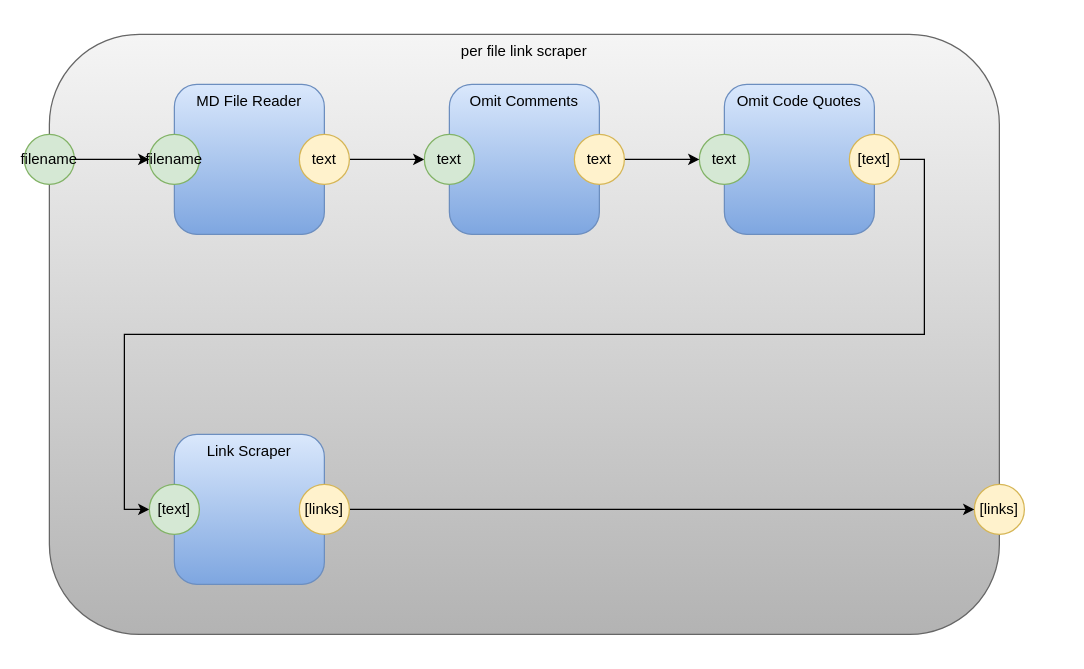
Earlier version of the draw.io diagram page "Per File Link Scraper" (5 of 5) of pm.drawio (guitarvydas/pypm). Source tidied: cells renumbered, new cells numbered last; positions are measured from the earlier drawing's top-left corner, leaving out a move shared by most shapes. Both pictures are drawn from the tidied source at 125%, with x=0, y=0 at pixel (24, 34).
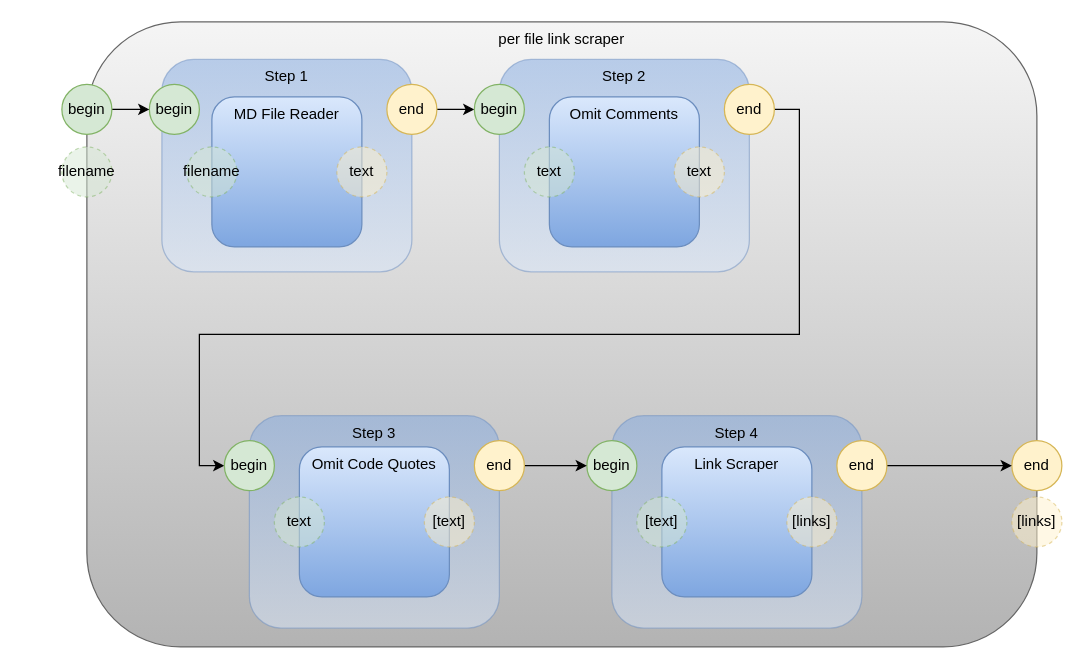
The same page after the edit.

Change to the diagram source:
```diff
@@
-    <mxCell id="0" />
-    <mxCell id="1" parent="0" />
+    <mxCell id="22" />
+    <mxCell id="23" parent="22" />
-    <mxCell id="2" value="per file link scraper" style="rounded=1;whiteSpace=wrap;html=1;horizontal=1;verticalAlign=top;fillColor=#f5f5f5;strokeColor=#666666;gradientColor=#b3b3b3;" parent="1" vertex="1">
-      <mxGeometry x="20" width="760" height="480" as="geometry" />
+    <mxCell id="2" value="per file link scraper" style="rounded=1;whiteSpace=wrap;html=1;horizontal=1;verticalAlign=top;fillColor=#f5f5f5;strokeColor=#666666;gradientColor=#b3b3b3;" parent="23" vertex="1">
+      <mxGeometry x="50" y="-10" width="760" height="500" as="geometry" />
     </mxCell>
+    <mxCell id="24" value="Step 4" style="rounded=1;whiteSpace=wrap;html=1;horizontal=1;verticalAlign=top;fillColor=#dae8fc;strokeColor=#6c8ebf;gradientColor=#7ea6e0;gradientDirection=north;opacity=50;" parent="23" vertex="1">
+      <mxGeometry x="470" y="305" width="200" height="170" as="geometry" />
+    </mxCell>
+    <mxCell id="25" value="Step 3" style="rounded=1;whiteSpace=wrap;html=1;horizontal=1;verticalAlign=top;fillColor=#dae8fc;strokeColor=#6c8ebf;gradientColor=#7ea6e0;gradientDirection=north;opacity=50;" parent="23" vertex="1">
+      <mxGeometry x="180" y="305" width="200" height="170" as="geometry" />
+    </mxCell>
+    <mxCell id="26" value="Step 2" style="rounded=1;whiteSpace=wrap;html=1;horizontal=1;verticalAlign=top;fillColor=#dae8fc;strokeColor=#6c8ebf;gradientColor=#7ea6e0;gradientDirection=north;opacity=50;" parent="23" vertex="1">
+      <mxGeometry x="380" y="20" width="200" height="170" as="geometry" />
+    </mxCell>
+    <mxCell id="27" value="Step 1" style="rounded=1;whiteSpace=wrap;html=1;horizontal=1;verticalAlign=top;fillColor=#dae8fc;strokeColor=#6c8ebf;gradientColor=#7ea6e0;gradientDirection=north;opacity=50;" parent="23" vertex="1">
+      <mxGeometry x="110" y="20" width="200" height="170" as="geometry" />
+    </mxCell>
-    <mxCell id="3" value="MD File Reader" style="rounded=1;whiteSpace=wrap;html=1;horizontal=1;verticalAlign=top;fillColor=#dae8fc;strokeColor=#6c8ebf;gradientColor=#7ea6e0;" parent="1" vertex="1">
-      <mxGeometry x="120" y="40" width="120" height="120" as="geometry" />
+    <mxCell id="3" value="MD File Reader" style="rounded=1;whiteSpace=wrap;html=1;horizontal=1;verticalAlign=top;fillColor=#dae8fc;strokeColor=#6c8ebf;gradientColor=#7ea6e0;" parent="23" vertex="1">
+      <mxGeometry x="150" y="50" width="120" height="120" as="geometry" />
     </mxCell>
-    <mxCell id="4" value="filename" style="ellipse;whiteSpace=wrap;html=1;fillColor=#d5e8d4;strokeColor=#82b366;" parent="1" vertex="1">
-      <mxGeometry x="100" y="80" width="40" height="40" as="geometry" />
-    </mxCell>
-    <mxCell id="5" style="edgeStyle=orthogonalEdgeStyle;rounded=0;jettySize=auto;html=1;exitX=1;exitY=0.5;exitDx=0;exitDy=0;entryX=0;entryY=0.5;entryDx=0;entryDy=0;" parent="1" edge="1" source="6" target="12">
-      <mxGeometry relative="1" as="geometry" />
-    </mxCell>
-    <mxCell id="6" value="text" style="ellipse;whiteSpace=wrap;html=1;fillColor=#fff2cc;strokeColor=#d6b656;" parent="1" vertex="1">
-      <mxGeometry x="220" y="80" width="40" height="40" as="geometry" />
-    </mxCell>
+    <mxCell id="28" value="filename" style="ellipse;whiteSpace=wrap;html=1;fillColor=#d5e8d4;strokeColor=#82b366;dashed=1;opacity=50;" parent="23" vertex="1">
+      <mxGeometry x="130" y="90" width="40" height="40" as="geometry" />
+    </mxCell>
+    <mxCell id="29" value="text" style="ellipse;whiteSpace=wrap;html=1;fillColor=#fff2cc;strokeColor=#d6b656;dashed=1;opacity=50;" parent="23" vertex="1">
+      <mxGeometry x="250" y="90" width="40" height="40" as="geometry" />
+    </mxCell>
-    <mxCell id="7" value="Omit Code Quotes" style="rounded=1;whiteSpace=wrap;html=1;horizontal=1;verticalAlign=top;strokeColor=#6c8ebf;fillColor=#dae8fc;gradientColor=#7ea6e0;" parent="1" vertex="1">
-      <mxGeometry x="560" y="40" width="120" height="120" as="geometry" />
+    <mxCell id="7" value="Omit Code Quotes" style="rounded=1;whiteSpace=wrap;html=1;horizontal=1;verticalAlign=top;strokeColor=#6c8ebf;fillColor=#dae8fc;gradientColor=#7ea6e0;" parent="23" vertex="1">
+      <mxGeometry x="220" y="330" width="120" height="120" as="geometry" />
     </mxCell>
-    <mxCell id="8" value="text" style="ellipse;whiteSpace=wrap;html=1;fillColor=#d5e8d4;strokeColor=#82b366;" parent="1" vertex="1">
-      <mxGeometry x="540" y="80" width="40" height="40" as="geometry" />
-    </mxCell>
-    <mxCell id="9" style="edgeStyle=orthogonalEdgeStyle;rounded=0;jettySize=auto;html=1;exitX=1;exitY=0.5;exitDx=0;exitDy=0;entryX=0;entryY=0.5;entryDx=0;entryDy=0;" parent="1" edge="1" source="10" target="19">
-      <mxGeometry relative="1" as="geometry" />
-    </mxCell>
-    <mxCell id="10" value="[text]" style="ellipse;whiteSpace=wrap;html=1;fillColor=#fff2cc;strokeColor=#d6b656;" parent="1" vertex="1">
-      <mxGeometry x="660" y="80" width="40" height="40" as="geometry" />
-    </mxCell>
+    <mxCell id="30" value="text" style="ellipse;whiteSpace=wrap;html=1;fillColor=#d5e8d4;strokeColor=#82b366;dashed=1;opacity=50;" parent="23" vertex="1">
+      <mxGeometry x="200" y="370" width="40" height="40" as="geometry" />
+    </mxCell>
+    <mxCell id="31" value="[text]" style="ellipse;whiteSpace=wrap;html=1;fillColor=#fff2cc;strokeColor=#d6b656;dashed=1;opacity=50;" parent="23" vertex="1">
+      <mxGeometry x="320" y="370" width="40" height="40" as="geometry" />
+    </mxCell>
-    <mxCell id="11" value="Omit Comments" style="rounded=1;whiteSpace=wrap;html=1;horizontal=1;verticalAlign=top;gradientColor=#7ea6e0;fillColor=#dae8fc;strokeColor=#6c8ebf;" parent="1" vertex="1">
-      <mxGeometry x="340" y="40" width="120" height="120" as="geometry" />
+    <mxCell id="11" value="Omit Comments" style="rounded=1;whiteSpace=wrap;html=1;horizontal=1;verticalAlign=top;gradientColor=#7ea6e0;fillColor=#dae8fc;strokeColor=#6c8ebf;" parent="23" vertex="1">
+      <mxGeometry x="420" y="50" width="120" height="120" as="geometry" />
     </mxCell>
-    <mxCell id="12" value="text" style="ellipse;whiteSpace=wrap;html=1;fillColor=#d5e8d4;strokeColor=#82b366;" parent="1" vertex="1">
-      <mxGeometry x="320" y="80" width="40" height="40" as="geometry" />
-    </mxCell>
-    <mxCell id="13" style="edgeStyle=orthogonalEdgeStyle;rounded=0;jettySize=auto;html=1;exitX=1;exitY=0.5;exitDx=0;exitDy=0;" parent="1" edge="1" source="14" target="8">
-      <mxGeometry relative="1" as="geometry" />
-    </mxCell>
-    <mxCell id="14" value="text" style="ellipse;whiteSpace=wrap;html=1;fillColor=#fff2cc;strokeColor=#d6b656;" parent="1" vertex="1">
-      <mxGeometry x="440" y="80" width="40" height="40" as="geometry" />
-    </mxCell>
-    <mxCell id="15" style="edgeStyle=orthogonalEdgeStyle;rounded=0;jettySize=auto;html=1;exitX=1;exitY=0.5;exitDx=0;exitDy=0;entryX=0;entryY=0.5;entryDx=0;entryDy=0;" parent="1" edge="1" source="16" target="4">
-      <mxGeometry relative="1" as="geometry" />
-    </mxCell>
-    <mxCell id="16" value="filename" style="ellipse;whiteSpace=wrap;html=1;fillColor=#d5e8d4;strokeColor=#82b366;" parent="1" vertex="1">
-      <mxGeometry y="80" width="40" height="40" as="geometry" />
-    </mxCell>
-    <mxCell id="17" value="[links]" style="ellipse;whiteSpace=wrap;html=1;fillColor=#fff2cc;strokeColor=#d6b656;" parent="1" vertex="1">
-      <mxGeometry x="760" y="360" width="40" height="40" as="geometry" />
-    </mxCell>
+    <mxCell id="32" value="text" style="ellipse;whiteSpace=wrap;html=1;fillColor=#d5e8d4;strokeColor=#82b366;dashed=1;opacity=50;" parent="23" vertex="1">
+      <mxGeometry x="400" y="90" width="40" height="40" as="geometry" />
+    </mxCell>
+    <mxCell id="33" value="text" style="ellipse;whiteSpace=wrap;html=1;fillColor=#fff2cc;strokeColor=#d6b656;dashed=1;opacity=50;" parent="23" vertex="1">
+      <mxGeometry x="520" y="90" width="40" height="40" as="geometry" />
+    </mxCell>
+    <mxCell id="34" value="filename" style="ellipse;whiteSpace=wrap;html=1;fillColor=#d5e8d4;strokeColor=#82b366;dashed=1;opacity=50;" parent="23" vertex="1">
+      <mxGeometry x="30" y="90" width="40" height="40" as="geometry" />
+    </mxCell>
+    <mxCell id="35" value="[links]" style="ellipse;whiteSpace=wrap;html=1;fillColor=#fff2cc;strokeColor=#d6b656;dashed=1;opacity=50;" parent="23" vertex="1">
+      <mxGeometry x="790" y="370" width="40" height="40" as="geometry" />
+    </mxCell>
-    <mxCell id="18" value="Link Scraper" style="rounded=1;whiteSpace=wrap;html=1;horizontal=1;verticalAlign=top;strokeColor=#6c8ebf;fillColor=#dae8fc;gradientColor=#7ea6e0;" parent="1" vertex="1">
-      <mxGeometry x="120" y="320" width="120" height="120" as="geometry" />
+    <mxCell id="18" value="Link Scraper" style="rounded=1;whiteSpace=wrap;html=1;horizontal=1;verticalAlign=top;strokeColor=#6c8ebf;fillColor=#dae8fc;gradientColor=#7ea6e0;" parent="23" vertex="1">
+      <mxGeometry x="510" y="330" width="120" height="120" as="geometry" />
     </mxCell>
-    <mxCell id="19" value="[text]" style="ellipse;whiteSpace=wrap;html=1;fillColor=#d5e8d4;strokeColor=#82b366;" parent="1" vertex="1">
-      <mxGeometry x="100" y="360" width="40" height="40" as="geometry" />
-    </mxCell>
-    <mxCell id="20" style="edgeStyle=orthogonalEdgeStyle;rounded=0;jettySize=auto;html=1;exitX=1;exitY=0.5;exitDx=0;exitDy=0;entryX=0;entryY=0.5;entryDx=0;entryDy=0;" parent="1" edge="1" source="21" target="17">
-      <mxGeometry relative="1" as="geometry" />
-    </mxCell>
-    <mxCell id="21" value="[links]" style="ellipse;whiteSpace=wrap;html=1;fillColor=#fff2cc;strokeColor=#d6b656;" parent="1" vertex="1">
-      <mxGeometry x="220" y="360" width="40" height="40" as="geometry" />
-    </mxCell>
+    <mxCell id="36" value="[text]" style="ellipse;whiteSpace=wrap;html=1;fillColor=#d5e8d4;strokeColor=#82b366;dashed=1;opacity=50;" parent="23" vertex="1">
+      <mxGeometry x="490" y="370" width="40" height="40" as="geometry" />
+    </mxCell>
+    <mxCell id="37" value="[links]" style="ellipse;whiteSpace=wrap;html=1;fillColor=#fff2cc;strokeColor=#d6b656;dashed=1;opacity=50;" parent="23" vertex="1">
+      <mxGeometry x="610" y="370" width="40" height="40" as="geometry" />
+    </mxCell>
+    <mxCell id="38" value="begin" style="ellipse;whiteSpace=wrap;html=1;fillColor=#d5e8d4;strokeColor=#82b366;" parent="23" vertex="1">
+      <mxGeometry x="100" y="40" width="40" height="40" as="geometry" />
+    </mxCell>
+    <mxCell id="39" style="edgeStyle=orthogonalEdgeStyle;rounded=0;jettySize=auto;html=1;exitX=1;exitY=0.5;exitDx=0;exitDy=0;" parent="23" edge="1" source="40" target="47">
+      <mxGeometry relative="1" as="geometry" />
+    </mxCell>
+    <mxCell id="40" value="end" style="ellipse;whiteSpace=wrap;html=1;fillColor=#fff2cc;strokeColor=#d6b656;" parent="23" vertex="1">
+      <mxGeometry x="290" y="40" width="40" height="40" as="geometry" />
+    </mxCell>
+    <mxCell id="41" style="edgeStyle=orthogonalEdgeStyle;rounded=0;jettySize=auto;html=1;exitX=1;exitY=0.5;exitDx=0;exitDy=0;entryX=0;entryY=0.5;entryDx=0;entryDy=0;" parent="23" edge="1" source="42" target="38">
+      <mxGeometry relative="1" as="geometry" />
+    </mxCell>
+    <mxCell id="42" value="begin" style="ellipse;whiteSpace=wrap;html=1;fillColor=#d5e8d4;strokeColor=#82b366;" parent="23" vertex="1">
+      <mxGeometry x="30" y="40" width="40" height="40" as="geometry" />
+    </mxCell>
+    <mxCell id="43" value="end" style="ellipse;whiteSpace=wrap;html=1;fillColor=#fff2cc;strokeColor=#d6b656;" parent="23" vertex="1">
+      <mxGeometry x="790" y="325" width="40" height="40" as="geometry" />
+    </mxCell>
+    <mxCell id="44" value="begin" style="ellipse;whiteSpace=wrap;html=1;fillColor=#d5e8d4;strokeColor=#82b366;" parent="23" vertex="1">
+      <mxGeometry x="450" y="325" width="40" height="40" as="geometry" />
+    </mxCell>
+    <mxCell id="45" style="edgeStyle=orthogonalEdgeStyle;rounded=0;jettySize=auto;html=1;exitX=1;exitY=0.5;exitDx=0;exitDy=0;entryX=0;entryY=0.5;entryDx=0;entryDy=0;" parent="23" edge="1" source="46" target="43">
+      <mxGeometry relative="1" as="geometry" />
+    </mxCell>
+    <mxCell id="46" value="end" style="ellipse;whiteSpace=wrap;html=1;fillColor=#fff2cc;strokeColor=#d6b656;" parent="23" vertex="1">
+      <mxGeometry x="650" y="325" width="40" height="40" as="geometry" />
+    </mxCell>
+    <mxCell id="47" value="begin" style="ellipse;whiteSpace=wrap;html=1;fillColor=#d5e8d4;strokeColor=#82b366;" parent="23" vertex="1">
+      <mxGeometry x="360" y="40" width="40" height="40" as="geometry" />
+    </mxCell>
+    <mxCell id="48" style="edgeStyle=orthogonalEdgeStyle;rounded=0;jettySize=auto;html=1;exitX=1;exitY=0.5;exitDx=0;exitDy=0;entryX=0;entryY=0.5;entryDx=0;entryDy=0;" parent="23" edge="1" source="49" target="50">
+      <mxGeometry relative="1" as="geometry">
+        <Array as="points">
+          <mxPoint x="620" y="60" />
+          <mxPoint x="620" y="240" />
+          <mxPoint x="140" y="240" />
+          <mxPoint x="140" y="345" />
+        </Array>
+      </mxGeometry>
+    </mxCell>
+    <mxCell id="49" value="end" style="ellipse;whiteSpace=wrap;html=1;fillColor=#fff2cc;strokeColor=#d6b656;" parent="23" vertex="1">
+      <mxGeometry x="560" y="40" width="40" height="40" as="geometry" />
+    </mxCell>
+    <mxCell id="50" value="begin" style="ellipse;whiteSpace=wrap;html=1;fillColor=#d5e8d4;strokeColor=#82b366;" parent="23" vertex="1">
+      <mxGeometry x="160" y="325" width="40" height="40" as="geometry" />
+    </mxCell>
+    <mxCell id="51" style="edgeStyle=orthogonalEdgeStyle;rounded=0;jettySize=auto;html=1;exitX=1;exitY=0.5;exitDx=0;exitDy=0;entryX=0;entryY=0.5;entryDx=0;entryDy=0;" parent="23" edge="1" source="52" target="44">
+      <mxGeometry relative="1" as="geometry" />
+    </mxCell>
+    <mxCell id="52" value="end" style="ellipse;whiteSpace=wrap;html=1;fillColor=#fff2cc;strokeColor=#d6b656;" parent="23" vertex="1">
+      <mxGeometry x="360" y="325" width="40" height="40" as="geometry" />
+    </mxCell>
```
